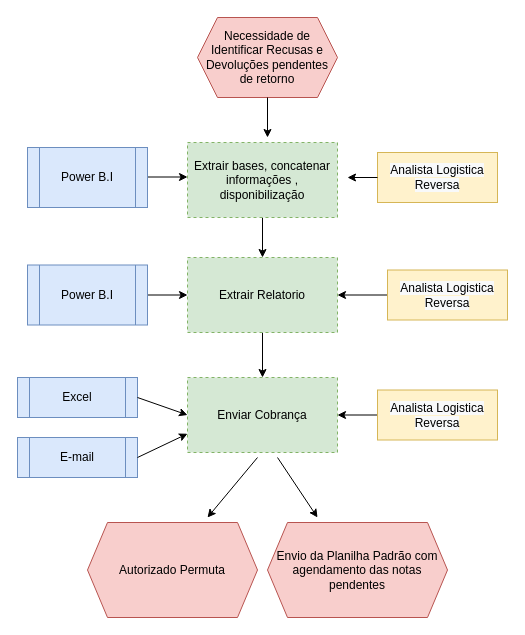
Above: page "Cenario Proposto" (2 of 2) of Untitled Diagram.drawio in Camila1445/205154 (draw.io), before the change. Source tidied: cells renumbered, new cells numbered last; positions are measured from the earlier drawing's top-left corner, leaving out a move shared by most shapes. Both pictures are drawn from the tidied source at 100%, with x=0, y=0 at pixel (17, 17).
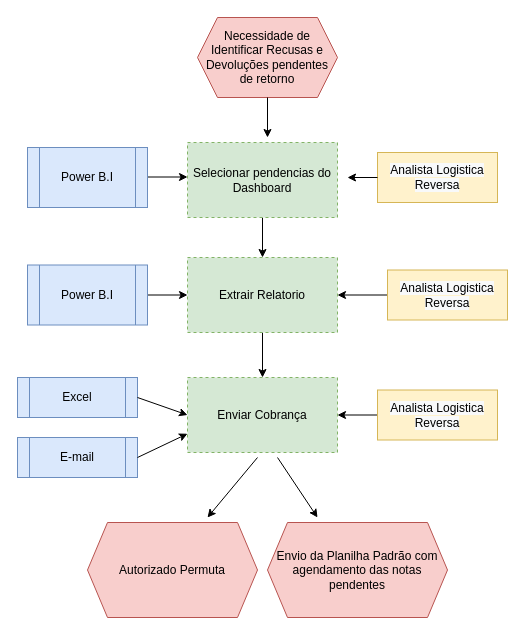
The same diagram, later.

Diff of the diagram source:
```diff
@@
-    <mxCell id="4" value="Extrair bases, concatenar informações , disponibilização" style="rounded=0;whiteSpace=wrap;html=1;dashed=1;fillColor=#d5e8d4;strokeColor=#82b366;" parent="1" vertex="1">
+    <mxCell id="4" value="Selecionar pendencias do Dashboard" style="rounded=0;whiteSpace=wrap;html=1;dashed=1;fillColor=#d5e8d4;strokeColor=#82b366;" parent="1" vertex="1">
       <mxGeometry x="170" y="125" width="150" height="75" as="geometry" />
     </mxCell>
```
